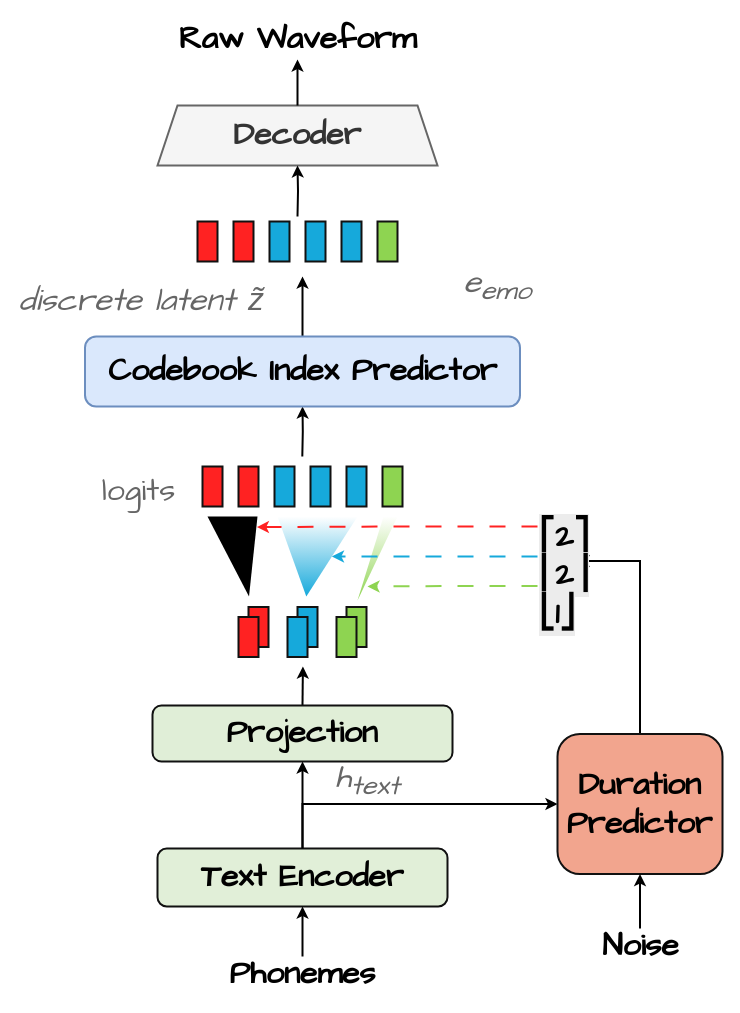
This is page "第 2 页" (2 of 2) of 完整推理框架图.drawio from linslime/DrawIO, a draw.io file, before an edit. Source tidied: cells renumbered, new cells numbered last; positions are measured from the earlier drawing's top-left corner, leaving out a move shared by most shapes. Both pictures are drawn from the tidied source at 100%, with x=0, y=0 at pixel (17, 19).
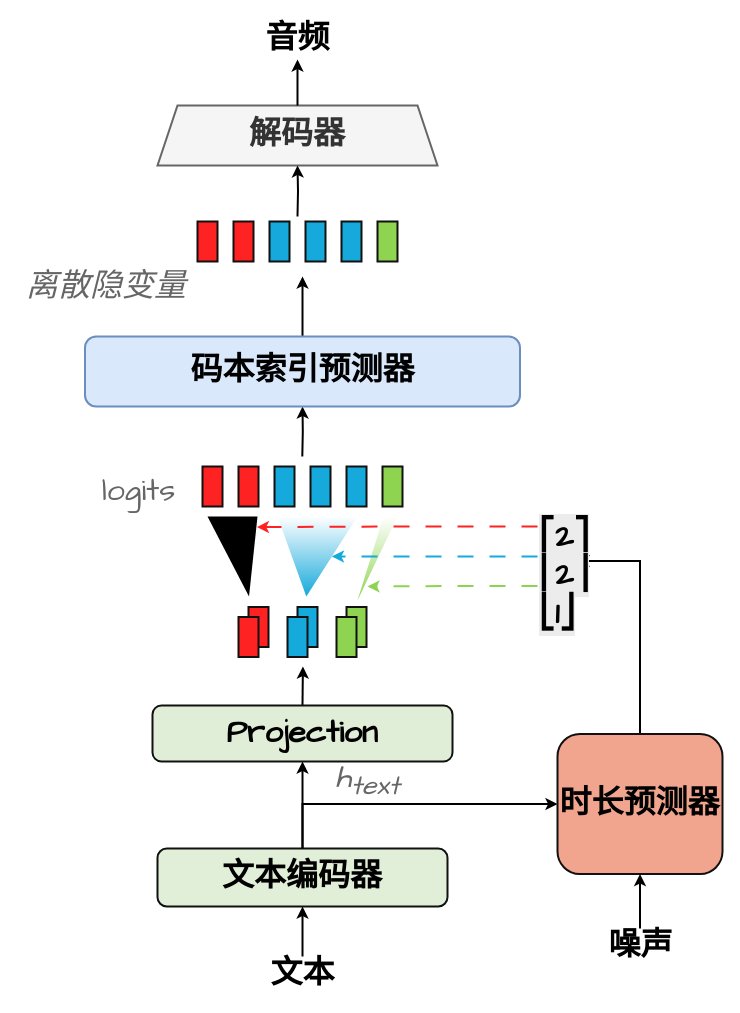
After the change.

Commit message:
更新完整推理框架图.drawio

Diff of the diagram source:
```diff
@@
-    <mxCell id="5" value="&lt;b&gt;Raw Waveform&lt;/b&gt;" style="text;html=1;strokeColor=none;fillColor=none;align=center;verticalAlign=middle;fontSize=32;fontFamily=Comic Sans MS;" parent="1" vertex="1">
+    <mxCell id="5" value="&lt;b&gt;音频&lt;/b&gt;" style="text;html=1;strokeColor=none;fillColor=none;align=center;verticalAlign=middle;fontSize=32;fontFamily=Comic Sans MS;" parent="1" vertex="1">
       <mxGeometry x="160" width="240" height="40" as="geometry" />
     </mxCell>
-    <mxCell id="6" value="&lt;b&gt;Decoder&lt;/b&gt;" style="shape=trapezoid;perimeter=trapezoidPerimeter;fixedSize=1;whiteSpace=wrap;html=1;rough=1;strokeWidth=2;strokeColor=#666666;fillColor=#f5f5f5;fontSize=32;fontFamily=Comic Sans MS;fontColor=#333333;" parent="1" vertex="1">
+    <mxCell id="6" value="&lt;b&gt;解码器&lt;/b&gt;" style="shape=trapezoid;perimeter=trapezoidPerimeter;fixedSize=1;whiteSpace=wrap;html=1;rough=1;strokeWidth=2;strokeColor=#666666;fillColor=#f5f5f5;fontSize=32;fontFamily=Comic Sans MS;fontColor=#333333;" parent="1" vertex="1">
       <mxGeometry x="140" y="86" width="280" height="60" as="geometry" />
     </mxCell>
@@
-    <mxCell id="9" value="&lt;font&gt;&lt;i&gt;&lt;span style=&quot;color: light-dark(rgb(102, 102, 102), rgb(149, 149, 149));&quot;&gt;discrete latent&amp;nbsp;&lt;/span&gt;&lt;span style=&quot;color: rgb(102, 102, 102);&quot;&gt;z̃&lt;/span&gt;&lt;/i&gt;&lt;/font&gt;" style="text;html=1;strokeColor=none;fillColor=none;align=left;verticalAlign=middle;fontSize=32;fontFamily=Comic Sans MS;fontColor=default;fontStyle=0;" parent="1" vertex="1">
-      <mxGeometry y="267" width="140" height="30" as="geometry" />
+    <mxCell id="9" value="&lt;font color=&quot;#666666&quot;&gt;&lt;i&gt;离散隐变量&lt;/i&gt;&lt;/font&gt;" style="text;html=1;strokeColor=none;fillColor=none;align=left;verticalAlign=middle;fontSize=32;fontFamily=Comic Sans MS;fontColor=default;fontStyle=0;" parent="1" vertex="1">
+      <mxGeometry x="7" y="253" width="140" height="30" as="geometry" />
     </mxCell>
@@
-    <mxCell id="12" value="&lt;b&gt;Codebook Index Predictor&lt;/b&gt;" style="rounded=1;whiteSpace=wrap;html=1;rough=1;strokeWidth=2;arcSize=16;strokeColor=#6c8ebf;fillColor=#dae8fc;fontSize=32;fontFamily=Comic Sans MS;shadow=0;" parent="1" vertex="1">
+    <mxCell id="12" value="&lt;b&gt;码本索引预测器&lt;/b&gt;" style="rounded=1;whiteSpace=wrap;html=1;rough=1;strokeWidth=2;arcSize=16;strokeColor=#6c8ebf;fillColor=#dae8fc;fontSize=32;fontFamily=Comic Sans MS;shadow=0;" parent="1" vertex="1">
       <mxGeometry x="67.5" y="317" width="435" height="70" as="geometry" />
     </mxCell>
@@
-    <mxCell id="17" value="&lt;b&gt;Text Encoder&lt;/b&gt;" style="rounded=1;whiteSpace=wrap;html=1;rough=1;strokeWidth=2;arcSize=16;strokeColor=#111111;fillColor=light-dark(#e1efd8, #17210e);gradientColor=none;fontSize=32;fontFamily=Comic Sans MS;" parent="1" vertex="1">
+    <mxCell id="17" value="&lt;b&gt;文本编码器&lt;/b&gt;" style="rounded=1;whiteSpace=wrap;html=1;rough=1;strokeWidth=2;arcSize=16;strokeColor=#111111;fillColor=light-dark(#e1efd8, #17210e);gradientColor=none;fontSize=32;fontFamily=Comic Sans MS;" parent="1" vertex="1">
       <mxGeometry x="140" y="829" width="290" height="58" as="geometry" />
     </mxCell>
-    <mxCell id="18" value="&lt;b&gt;Phonemes&lt;/b&gt;" style="text;html=1;strokeColor=none;fillColor=none;align=center;verticalAlign=middle;fontSize=32;fontFamily=Comic Sans MS;" parent="1" vertex="1">
+    <mxCell id="18" value="&lt;b&gt;文本&lt;/b&gt;" style="text;html=1;strokeColor=none;fillColor=none;align=center;verticalAlign=middle;fontSize=32;fontFamily=Comic Sans MS;" parent="1" vertex="1">
       <mxGeometry x="190" y="937" width="190" height="36" as="geometry" />
     </mxCell>
@@
-    <mxCell id="21" value="&lt;i&gt;e&lt;sub&gt;emo&lt;/sub&gt;&lt;/i&gt;" style="text;html=1;strokeColor=none;fillColor=none;align=center;verticalAlign=middle;fontSize=32;fontFamily=Comic Sans MS;fontColor=#666666;fontStyle=0;" parent="1" vertex="1">
-      <mxGeometry x="455" y="247" width="50" height="40" as="geometry" />
-    </mxCell>
@@
-    <mxCell id="23" value="&lt;b&gt;Duration&lt;br&gt;Predictor&lt;/b&gt;" style="rounded=1;whiteSpace=wrap;html=1;rough=1;strokeWidth=2;arcSize=16;strokeColor=#111111;fillColor=#f2a58e;gradientColor=none;fontSize=32;fontFamily=Comic Sans MS;" parent="1" vertex="1">
+    <mxCell id="23" value="&lt;b&gt;时长预测器&lt;/b&gt;" style="rounded=1;whiteSpace=wrap;html=1;rough=1;strokeWidth=2;arcSize=16;strokeColor=#111111;fillColor=#f2a58e;gradientColor=none;fontSize=32;fontFamily=Comic Sans MS;" parent="1" vertex="1">
       <mxGeometry x="540" y="714.5" width="165" height="140" as="geometry" />
     </mxCell>
-    <mxCell id="24" value="&lt;b&gt;Noise&lt;/b&gt;" style="text;html=1;strokeColor=none;fillColor=none;align=center;verticalAlign=middle;fontSize=32;fontFamily=Comic Sans MS;" parent="1" vertex="1">
+    <mxCell id="24" value="&lt;b&gt;噪声&lt;/b&gt;" style="text;html=1;strokeColor=none;fillColor=none;align=center;verticalAlign=middle;fontSize=32;fontFamily=Comic Sans MS;" parent="1" vertex="1">
       <mxGeometry x="572.5" y="909" width="100" height="36" as="geometry" />
     </mxCell>
```
